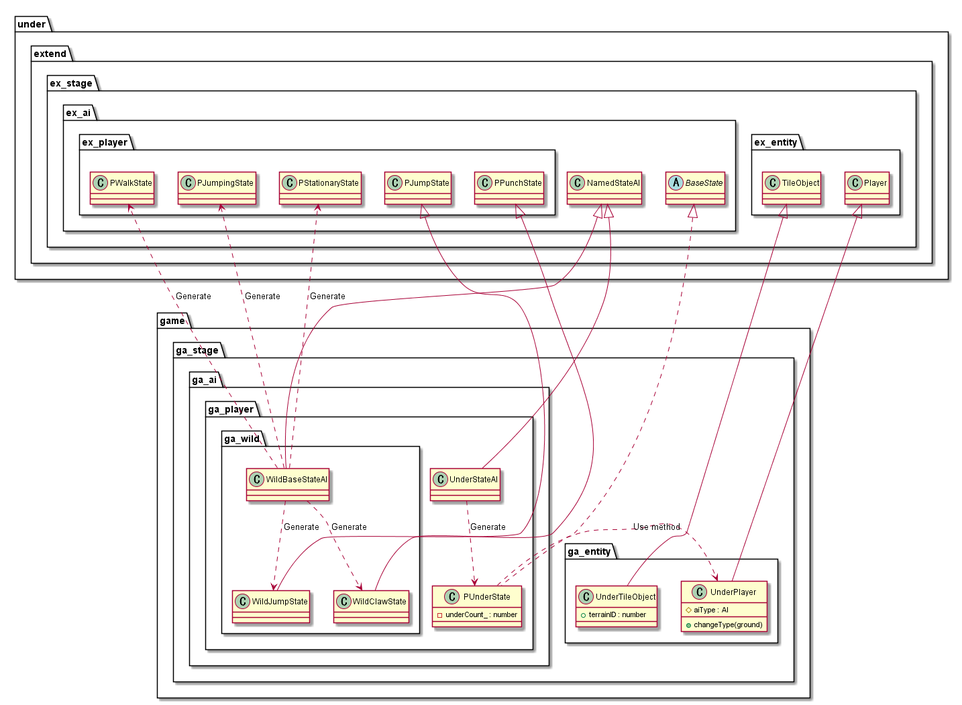
The PlantUML diagram out/uml/entity/Game/EntityGame.png in Expine/Under, before a commit.
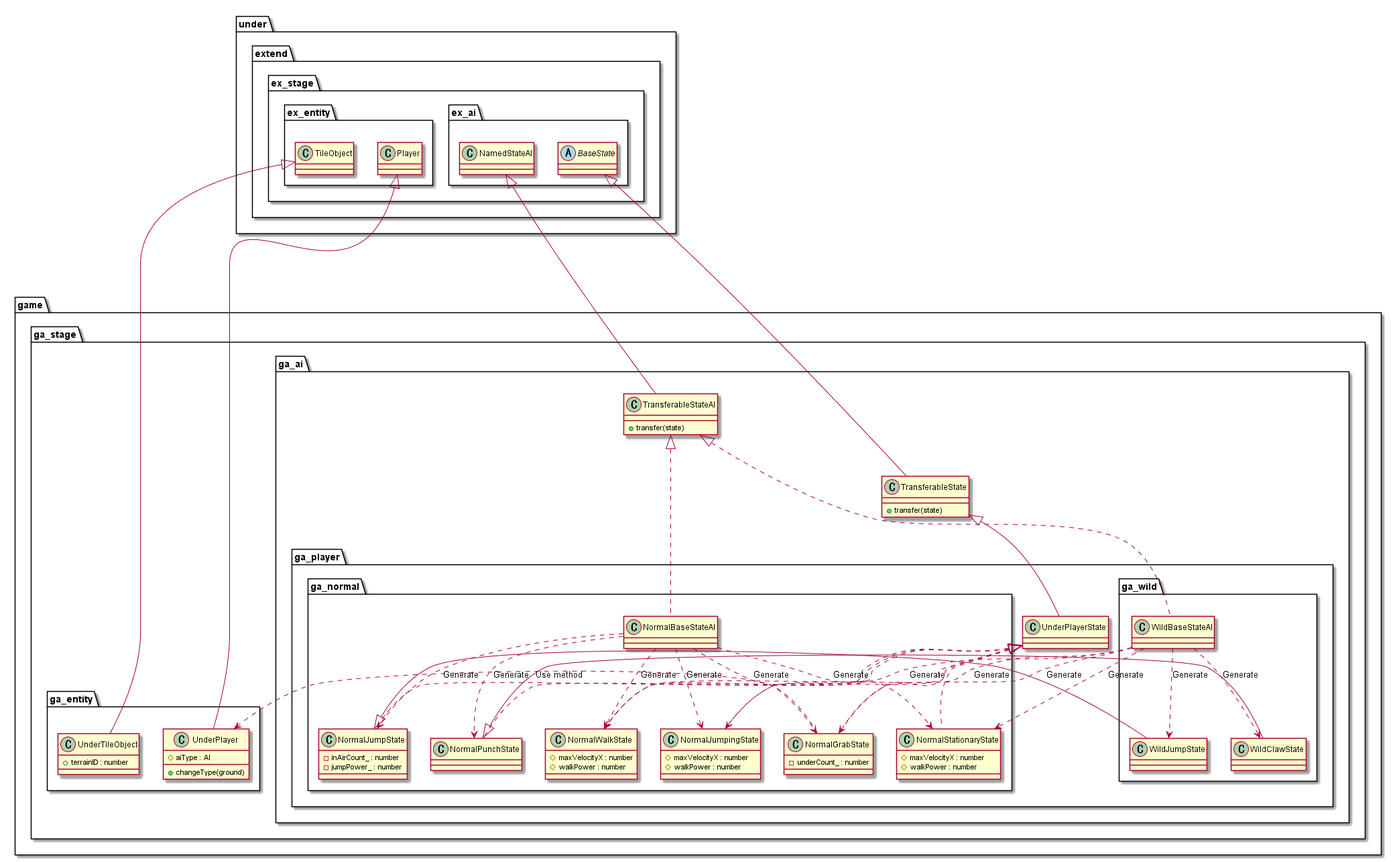
Above is the later version.

Change to the diagram source:
```diff
@@ -12,12 +12,37 @@
         }
 
         package ga_ai {
+            class TransferableState {
+                +transfer(state)
+            }
+            class TransferableStateAI {
+                +transfer(state)
+            }
+
             package ga_player {
-                class PUnderState {
-                    -underCount_ : number
-                }
-                class UnderStateAI {
-
+                class UnderPlayerState
+                package ga_normal {
+                    class NormalBaseStateAI
+                    class NormalStationaryState {
+                        #maxVelocityX : number
+                        #walkPower : number
+                    }
+                    class NormalWalkState {
+                        #maxVelocityX : number
+                        #walkPower : number
+                    }
+                    class NormalJumpState {
+                        -inAirCount_ : number
+                        -jumpPower_ : number
+                    }
+                    class NormalJumpingState {
+                        #maxVelocityX : number
+                        #walkPower : number
+                    }
+                    class NormalPunchState
+                    class NormalGrabState {
+                        -underCount_ : number
+                    }
                 }
                 package ga_wild {
                     class WildBaseStateAI
@@ -39,35 +64,46 @@
             package ex_ai {
                 class NamedStateAI
                 abstract BaseState
-                package ex_player {
-                    class PStationaryState
-                    class PWalkState
-                    class PJumpState
-                    class PJumpingState
-                    class PPunchState
-                }
             }
         }
     }
 }
 
-UnderStateAI ..> PUnderState : Generate
-WildBaseStateAI ..> PStationaryState : Generate
-WildBaseStateAI ..> PWalkState : Generate
+NormalBaseStateAI ..> NormalStationaryState : Generate
+NormalBaseStateAI ..> NormalWalkState : Generate
+NormalBaseStateAI ..> NormalJumpState : Generate
+NormalBaseStateAI ..> NormalJumpingState : Generate
+NormalBaseStateAI ..> NormalPunchState : Generate
+NormalBaseStateAI ..> NormalGrabState : Generate
+
+WildBaseStateAI ..> NormalStationaryState : Generate
+WildBaseStateAI ..> NormalWalkState : Generate
 WildBaseStateAI ..> WildJumpState : Generate
-WildBaseStateAI ..> PJumpingState : Generate
+WildBaseStateAI ..> NormalJumpingState : Generate
 WildBaseStateAI ..> WildClawState : Generate
+WildBaseStateAI ..> NormalGrabState : Generate
 
-PUnderState .> UnderPlayer : Use method
+NormalGrabState .> UnderPlayer : Use method
 
 Player <|--- UnderPlayer
 TileObject <|--- UnderTileObject
 
-BaseState <|... PUnderState
-NamedStateAI <|--- UnderStateAI
-NamedStateAI <|--- WildBaseStateAI
+NamedStateAI <|--- TransferableStateAI
+TransferableStateAI <|.. NormalBaseStateAI
+TransferableStateAI <|... WildBaseStateAI
 
-PJumpState <|-- WildJumpState
-PPunchState <|-- WildClawState
+BaseState <|-- TransferableState
+TransferableState <|-- UnderPlayerState
+
+UnderPlayerState <|.. NormalStationaryState
+UnderPlayerState <|.. NormalWalkState
+UnderPlayerState <|.. NormalJumpState
+UnderPlayerState <|.. NormalJumpingState
+UnderPlayerState <|.. NormalPunchState
+UnderPlayerState <|.. NormalGrabState
+
+NormalJumpState <|-- WildJumpState
+NormalPunchState <|-- WildClawState
+
 
 @enduml
```
